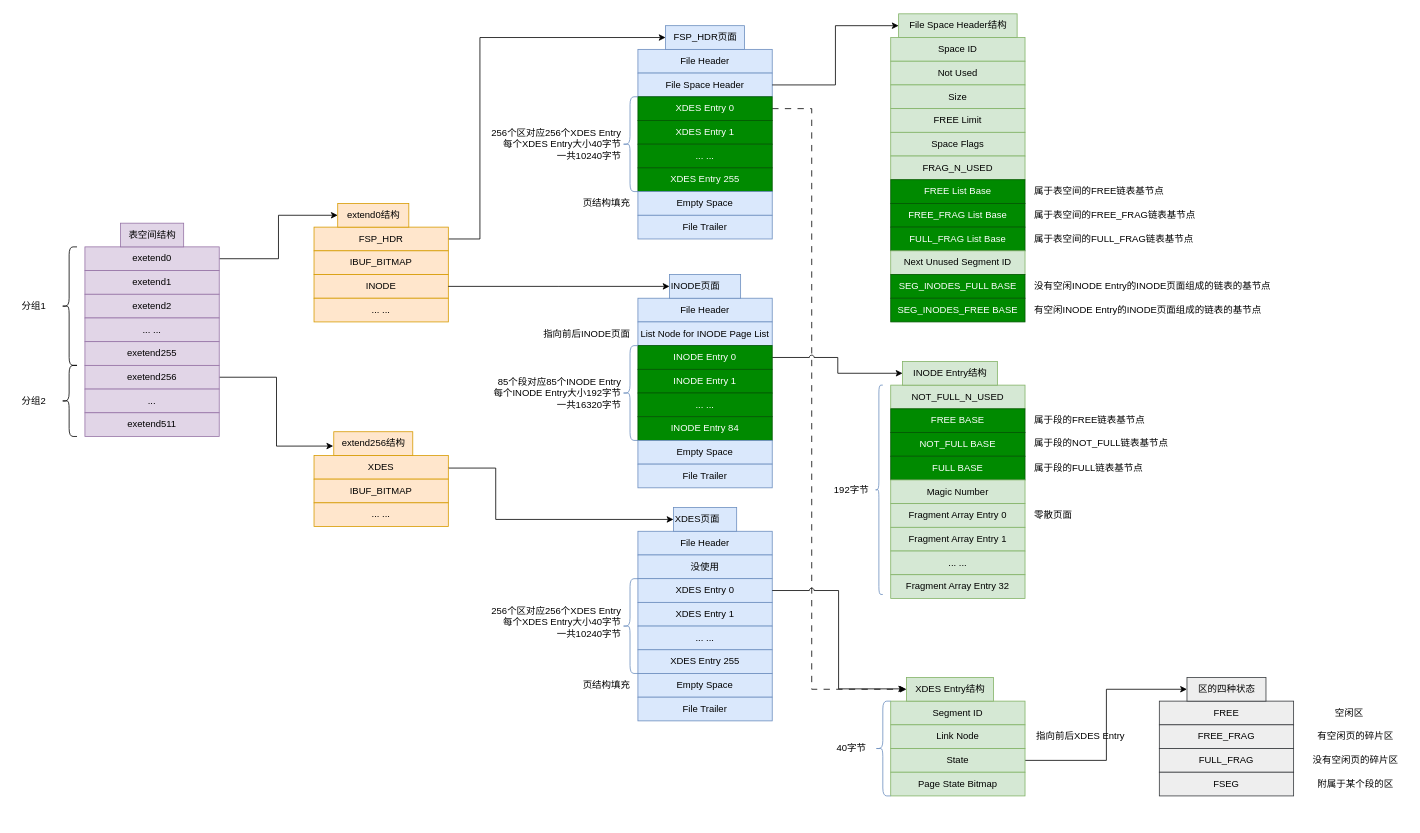
Above: database/mysql是怎样运行的/9.drawio in bushishucai/drawio (draw.io), before the change. Source tidied: cells renumbered, new cells numbered last; positions are measured from the earlier drawing's top-left corner, leaving out a move shared by most shapes. Both pictures are drawn from the tidied source at 79%, with x=0, y=0 at pixel (13, 13).
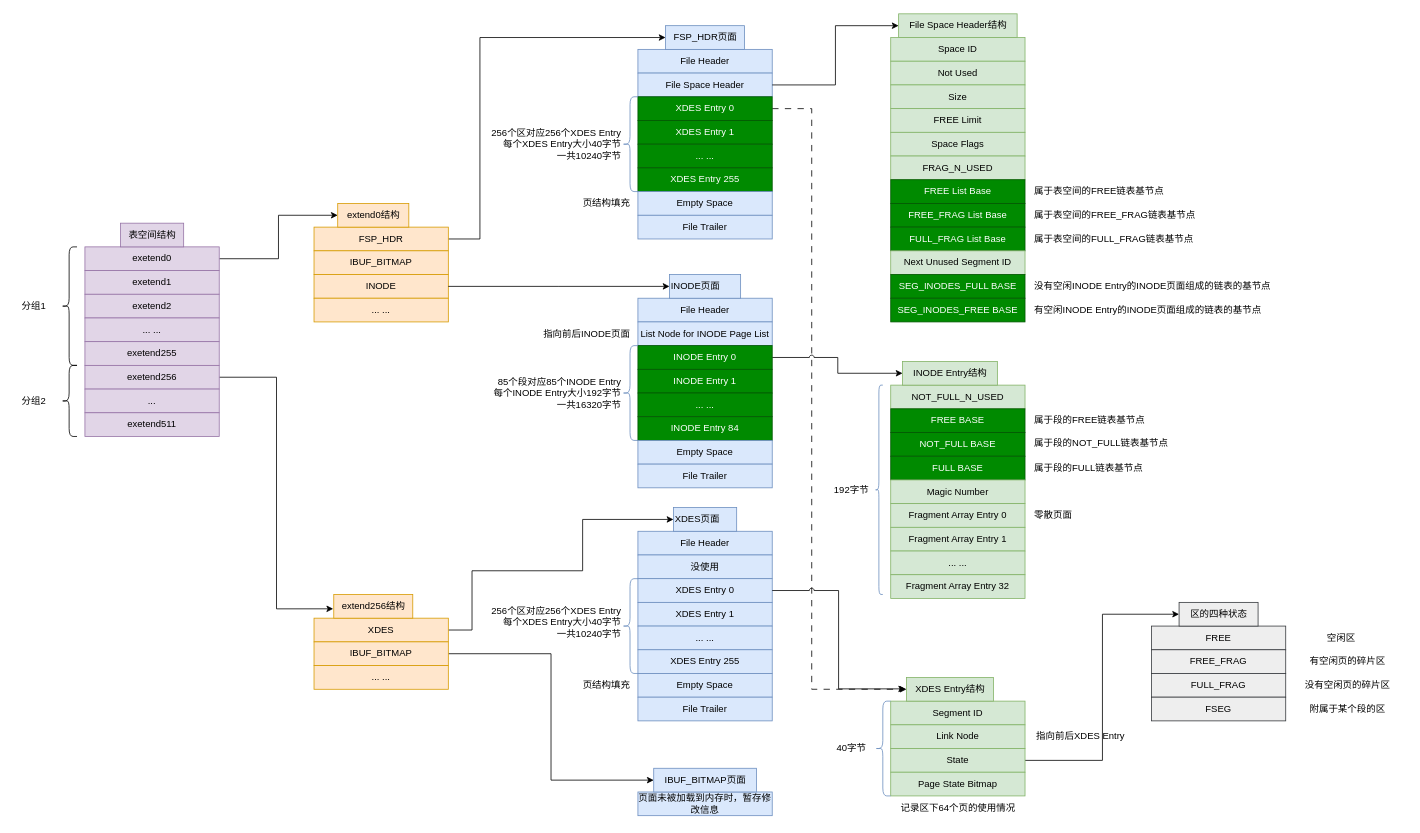
Above is the later version.

The change refers to these unchanged cells:
```xml
<mxCell id="79" value="XDES页面" style="text;html=1;align=left;verticalAlign=middle;points=[];strokeColor=#6c8ebf;fillColor=#dae8fc;" parent="1" vertex="1">
  <mxGeometry x="835" y="625" width="80" height="30" as="geometry" />
</mxCell>
```

Diff of the diagram source:
```diff
@@
     <mxCell id="23" style="edgeStyle=orthogonalEdgeStyle;rounded=0;jettySize=auto;html=1;exitX=1;exitY=0.5;exitDx=0;exitDy=0;" parent="1" edge="1" source="24" target="79">
       <mxGeometry relative="1" as="geometry">
         <Array as="points">
-          <mxPoint x="610" y="575" />
-          <mxPoint x="610" y="640" />
+          <mxPoint x="580" y="780" />
+          <mxPoint x="580" y="705" />
+          <mxPoint x="720" y="705" />
+          <mxPoint x="720" y="640" />
         </Array>
       </mxGeometry>
     </mxCell>
     <mxCell id="24" value="&lt;font&gt;XDES&lt;/font&gt;" style="rounded=0;whiteSpace=wrap;html=1;hachureGap=4;fontFamily=Helvetica;labelBackgroundColor=none;fillColor=#ffe6cc;strokeColor=#d79b00;" parent="1" vertex="1">
-      <mxGeometry x="380" y="559" width="170" height="30" as="geometry" />
+      <mxGeometry x="380" y="765" width="170" height="30" as="geometry" />
     </mxCell>
+    <mxCell id="121" style="edgeStyle=elbowEdgeStyle;shape=connector;rounded=0;jettySize=auto;html=1;strokeColor=default;align=center;verticalAlign=middle;fontFamily=Helvetica;fontSize=11;fontColor=default;labelBackgroundColor=default;endArrow=classic;" parent="1" edge="1" source="25" target="124">
+      <mxGeometry relative="1" as="geometry" />
+    </mxCell>
     <mxCell id="25" value="IBUF_BITMAP" style="rounded=0;whiteSpace=wrap;html=1;hachureGap=4;fontFamily=Helvetica;labelBackgroundColor=none;fillColor=#ffe6cc;strokeColor=#d79b00;" parent="1" vertex="1">
-      <mxGeometry x="380" y="589" width="170" height="30" as="geometry" />
+      <mxGeometry x="380" y="795" width="170" height="30" as="geometry" />
     </mxCell>
     <mxCell id="26" value="... ..." style="rounded=0;whiteSpace=wrap;html=1;hachureGap=4;fontFamily=Helvetica;labelBackgroundColor=none;fillColor=#ffe6cc;strokeColor=#d79b00;" parent="1" vertex="1">
-      <mxGeometry x="380" y="619" width="170" height="30" as="geometry" />
+      <mxGeometry x="380" y="825" width="170" height="30" as="geometry" />
     </mxCell>
     <mxCell id="27" value="extend256结构" style="text;html=1;align=center;verticalAlign=middle;points=[];strokeColor=#d79b00;fillColor=#ffe6cc;" parent="1" vertex="1">
-      <mxGeometry x="405" y="529" width="100" height="30" as="geometry" />
+      <mxGeometry x="405" y="735" width="100" height="30" as="geometry" />
     </mxCell>
@@
     <mxCell id="109" value="FREE" style="rounded=0;whiteSpace=wrap;html=1;hachureGap=4;fontFamily=Helvetica;labelBackgroundColor=none;fillColor=#eeeeee;strokeColor=#36393d;" parent="1" vertex="1">
-      <mxGeometry x="1450" y="870" width="170" height="30" as="geometry" />
+      <mxGeometry x="1440" y="775" width="170" height="30" as="geometry" />
     </mxCell>
     <mxCell id="110" value="FREE_FRAG" style="rounded=0;whiteSpace=wrap;html=1;hachureGap=4;fontFamily=Helvetica;labelBackgroundColor=none;fillColor=#eeeeee;strokeColor=#36393d;" parent="1" vertex="1">
-      <mxGeometry x="1450" y="900" width="170" height="30" as="geometry" />
+      <mxGeometry x="1440" y="805" width="170" height="30" as="geometry" />
     </mxCell>
     <mxCell id="111" value="FULL_FRAG" style="rounded=0;whiteSpace=wrap;html=1;hachureGap=4;fontFamily=Helvetica;labelBackgroundColor=none;fillColor=#eeeeee;strokeColor=#36393d;" parent="1" vertex="1">
-      <mxGeometry x="1450" y="930" width="170" height="30" as="geometry" />
+      <mxGeometry x="1440" y="835" width="170" height="30" as="geometry" />
     </mxCell>
     <mxCell id="112" value="FSEG" style="rounded=0;whiteSpace=wrap;html=1;hachureGap=4;fontFamily=Helvetica;labelBackgroundColor=none;fillColor=#eeeeee;strokeColor=#36393d;" parent="1" vertex="1">
-      <mxGeometry x="1450" y="960" width="170" height="30" as="geometry" />
+      <mxGeometry x="1440" y="865" width="170" height="30" as="geometry" />
     </mxCell>
     <mxCell id="113" value="区的四种状态" style="text;html=1;align=center;verticalAlign=middle;points=[];strokeColor=#36393d;fillColor=#eeeeee;" parent="1" vertex="1">
-      <mxGeometry x="1485" y="840" width="100" height="30" as="geometry" />
+      <mxGeometry x="1475" y="745" width="100" height="30" as="geometry" />
     </mxCell>
     <mxCell id="114" value="空闲区" style="text;html=1;align=center;verticalAlign=middle;strokeColor=none;fillColor=none;" parent="1" vertex="1">
-      <mxGeometry x="1660" y="870" width="60" height="30" as="geometry" />
+      <mxGeometry x="1650" y="775" width="60" height="30" as="geometry" />
     </mxCell>
     <mxCell id="115" value="有空闲页的碎片区" style="text;html=1;align=center;verticalAlign=middle;strokeColor=none;fillColor=none;" parent="1" vertex="1">
-      <mxGeometry x="1638" y="900" width="120" height="30" as="geometry" />
+      <mxGeometry x="1628" y="805" width="120" height="30" as="geometry" />
     </mxCell>
     <mxCell id="116" value="没有空闲页的碎片区" style="text;html=1;align=center;verticalAlign=middle;strokeColor=none;fillColor=none;" parent="1" vertex="1">
-      <mxGeometry x="1633" y="930" width="130" height="30" as="geometry" />
+      <mxGeometry x="1623" y="835" width="130" height="30" as="geometry" />
     </mxCell>
     <mxCell id="117" value="附属于某个段的区" style="text;html=1;align=center;verticalAlign=middle;strokeColor=none;fillColor=none;" parent="1" vertex="1">
-      <mxGeometry x="1638" y="960" width="120" height="30" as="geometry" />
+      <mxGeometry x="1628" y="865" width="120" height="30" as="geometry" />
     </mxCell>
@@
+    <mxCell id="122" value="记录区下64个页的使用情况" style="text;html=1;align=center;verticalAlign=middle;strokeColor=none;fillColor=none;" parent="1" vertex="1">
+      <mxGeometry x="1110" y="990" width="170" height="30" as="geometry" />
+    </mxCell>
+    <mxCell id="123" value="页面未被加载到内存时，暂存修改信息" style="rounded=0;whiteSpace=wrap;html=1;hachureGap=4;fontFamily=Helvetica;labelBackgroundColor=none;fillColor=#dae8fc;strokeColor=#6c8ebf;" parent="1" vertex="1">
+      <mxGeometry x="790" y="985" width="170" height="30" as="geometry" />
+    </mxCell>
+    <mxCell id="124" value="IBUF_BITMAP页面" style="text;html=1;align=center;verticalAlign=middle;points=[];strokeColor=#6c8ebf;fillColor=#dae8fc;" parent="1" vertex="1">
+      <mxGeometry x="810" y="955" width="130" height="30" as="geometry" />
+    </mxCell>
```
